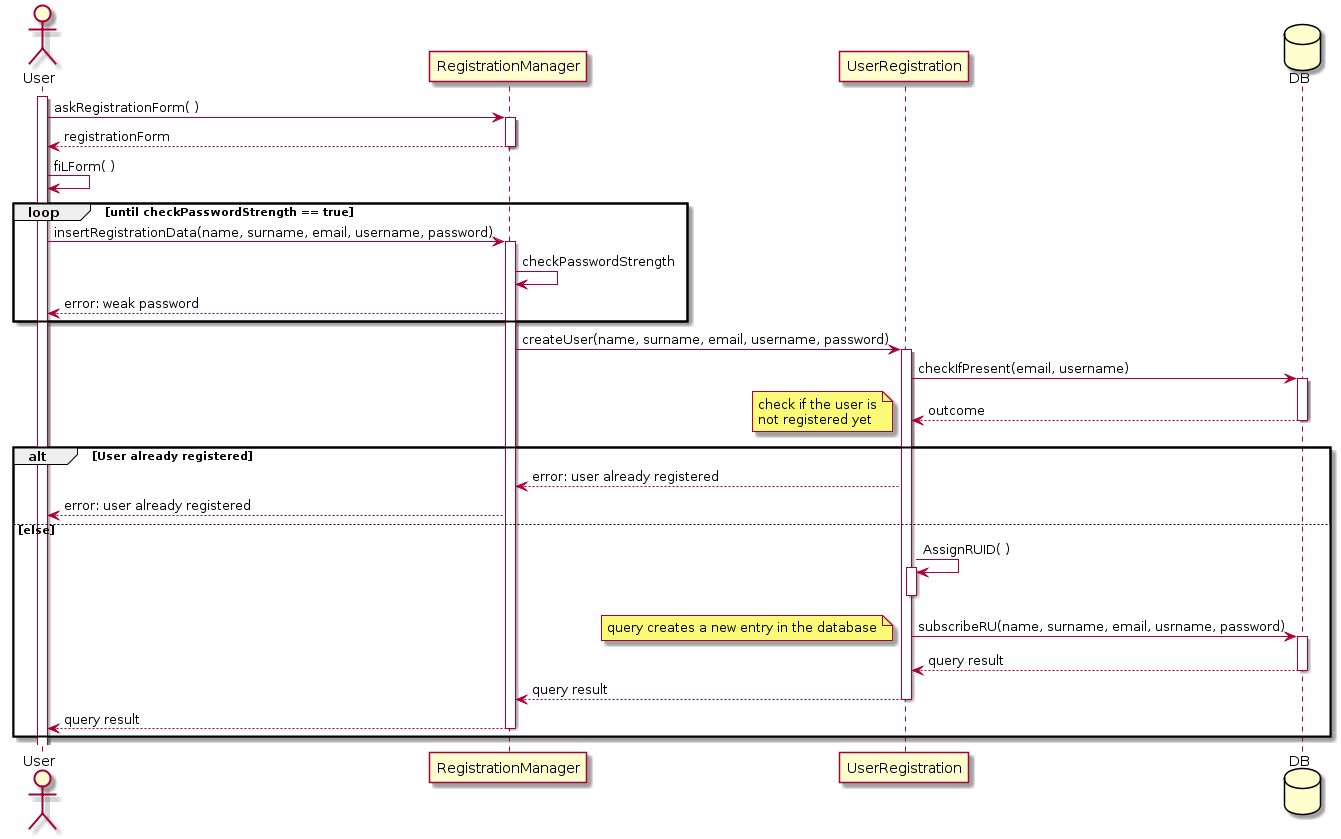
This is DD/Images/seqDiag_userReg.png from fafrullo2/PanzeriPeruginiPipita, a PlantUML export, as it was before one commit.
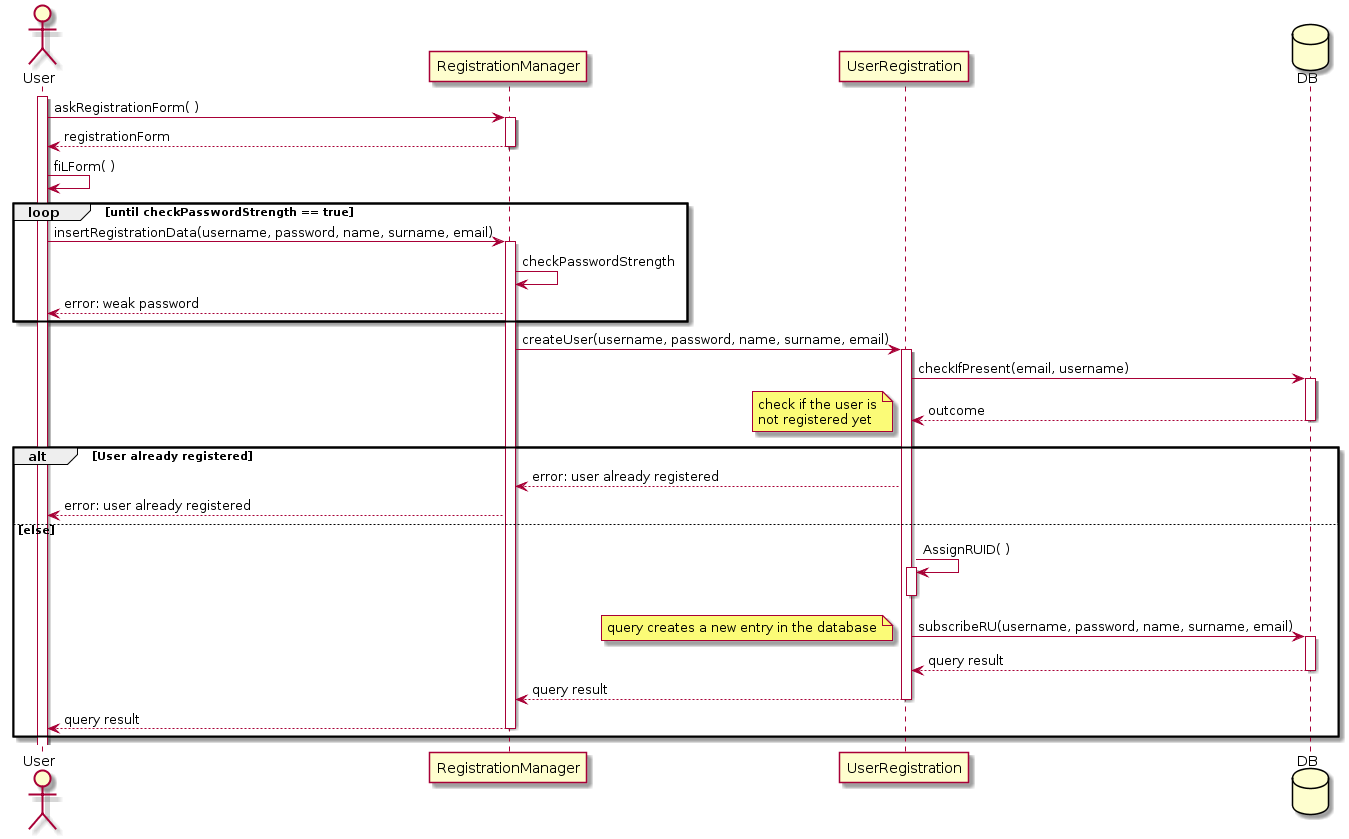
Later version of the same file.

Commit message:
Small changes in server class diagram

What changed in the source:
```diff
@@ -15,14 +15,14 @@
 
 
 loop until checkPasswordStrength == true
-    User -> RegistrationManager : insertRegistrationData(name, surname, email, username, password)
+    User -> RegistrationManager : insertRegistrationData(username, password, name, surname, email)
     activate RegistrationManager
     RegistrationManager -> RegistrationManager: checkPasswordStrength
     User <-- RegistrationManager: error: weak password
 
 end
 
-RegistrationManager -> UserRegistration: createUser(name, surname, email, username, password)
+RegistrationManager -> UserRegistration: createUser(username, password, name, surname, email)
 activate UserRegistration
 
 UserRegistration -> DB: checkIfPresent(email, username)
@@ -43,7 +43,7 @@
 	activate UserRegistration
 	deactivate UserRegistration
 
-	UserRegistration -> DB: subscribeRU(name, surname, email, usrname, password)
+	UserRegistration -> DB: subscribeRU(username, password, name, surname, email)
 	activate DB
 
         note left: query creates a new entry in the database
```
